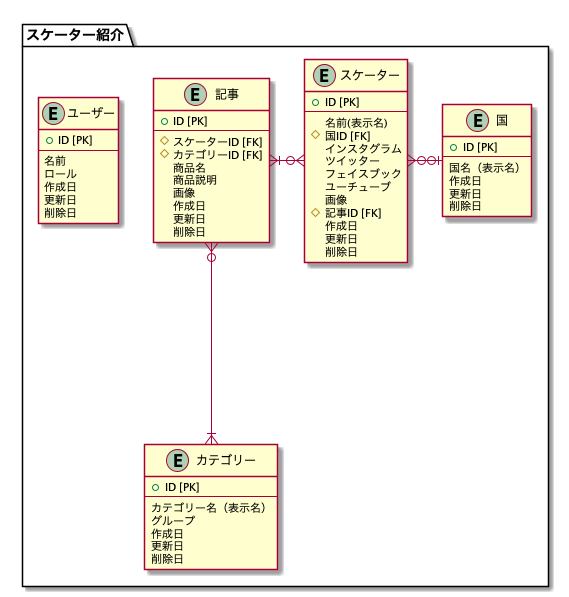
Gaku301/skate keeps this PlantUML diagram as document/er/er.png. Above is the earlier version. Source of this version:
```plantuml
@startuml

package "スケーター紹介"{
    entity "スケーター" as skaters{
        + ID [PK]
        --
        名前(表示名)
        #国ID [FK]
        インスタグラム
        ツイッター
        フェイスブック
        ユーチューブ
        画像
        #記事ID [FK]
        作成日
        更新日
        削除日
    }

    entity "国" as countries{
        +ID [PK]
        --
        国名（表示名）
        作成日
        更新日
        削除日
    }

    entity "記事" as posts{
        +ID [PK]
        --
        #スケーターID [FK]
        #カテゴリーID [FK]
        商品名
        商品説明
        画像
        作成日
        更新日
        削除日
    }

    entity "カテゴリー" as categories{
        +ID [PK]
        --
        カテゴリー名（表示名）
        グループ
        作成日
        更新日
        削除日
    }

    entity "ユーザー" as users{
        +ID [PK]
        --
        名前
        ロール
        作成日
        更新日
        削除日
    }

skaters }o--ri--o| countries
skaters }o--le--|{ posts
posts }o--d--|{ categories






}

@endpuml
```
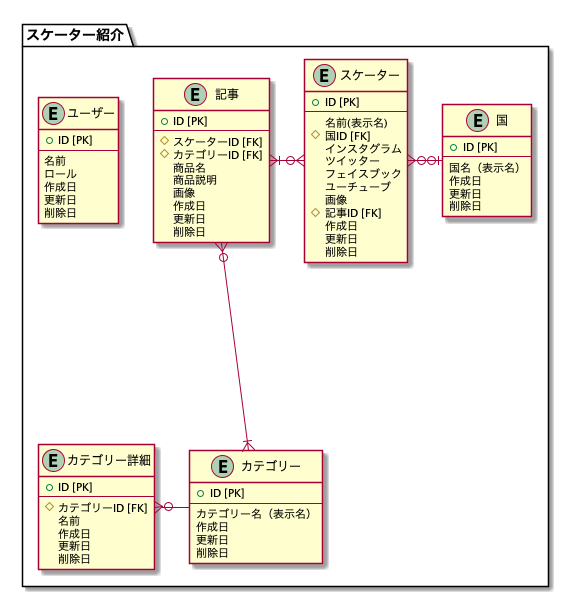
After the commit.

Diff of the diagram source:
```diff
@@ -43,7 +43,16 @@
         +ID [PK]
         --
         カテゴリー名（表示名）
-        グループ
+        作成日
+        更新日
+        削除日
+    }
+
+    entity "カテゴリー詳細" as category_details{
+        +ID [PK]
+        --
+        #カテゴリーID [FK]
+        名前
         作成日
         更新日
         削除日
@@ -62,6 +71,7 @@
 skaters }o--ri--o| countries
 skaters }o--le--|{ posts
 posts }o--d--|{ categories
+categories --le--o{ category_details
 
 
 
```
